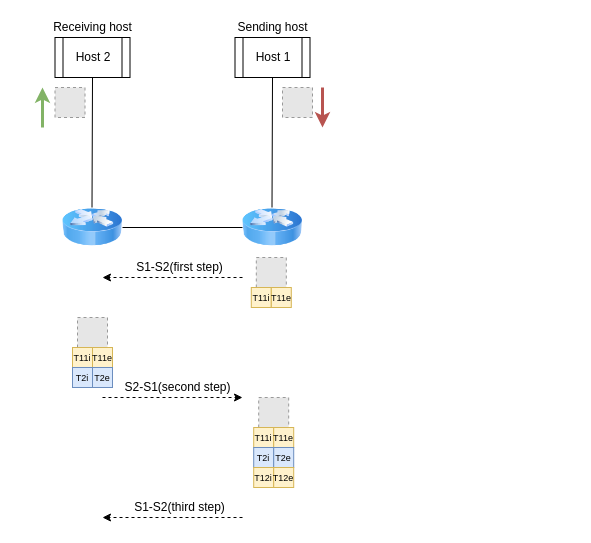
Earlier version of the draw.io diagram page "OWD alg final" (1 of 6) of misc/thesis.drawio (alsadiamir/p4Thesis2021). Source tidied: cells renumbered, new cells numbered last; positions are measured from the earlier drawing's top-left corner, leaving out a move shared by most shapes. Both pictures are drawn from the tidied source at 100%, with x=0, y=0 at pixel (42, 17). Pictures stored in the file or linked from it are replaced by grey dashed boxes.
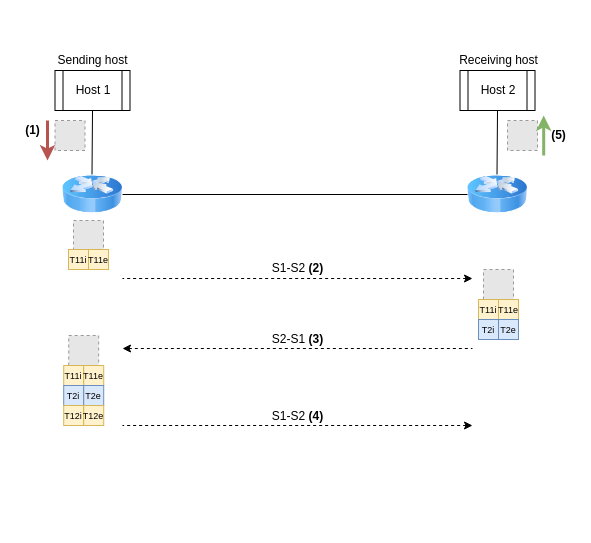
After the change.

Diff of the diagram source:
```diff
@@
     <mxCell id="2" style="image;html=1;image=img/lib/clip_art/networking/Router_Icon_128x128.png;" parent="1" vertex="1">
-      <mxGeometry x="20" y="180" width="60" height="60" as="geometry" />
+      <mxGeometry x="20" y="147" width="60" height="60" as="geometry" />
     </mxCell>
     <mxCell id="3" style="image;html=1;image=img/lib/clip_art/networking/Router_Icon_128x128.png;" parent="1" vertex="1">
-      <mxGeometry x="200" y="180" width="60" height="60" as="geometry" />
+      <mxGeometry x="425" y="147" width="60" height="60" as="geometry" />
     </mxCell>
-    <mxCell id="4" value="Host 1" style="shape=process;whiteSpace=wrap;html=1;backgroundOutline=1;" parent="1" vertex="1">
-      <mxGeometry x="192.5" y="20" width="75" height="40" as="geometry" />
+    <mxCell id="4" value="Host 2" style="shape=process;whiteSpace=wrap;html=1;backgroundOutline=1;" parent="1" vertex="1">
+      <mxGeometry x="417.5" y="53" width="75" height="40" as="geometry" />
     </mxCell>
-    <mxCell id="5" value="Host 2" style="shape=process;whiteSpace=wrap;html=1;backgroundOutline=1;" parent="1" vertex="1">
-      <mxGeometry x="12.5" y="20" width="75" height="40" as="geometry" />
+    <mxCell id="5" value="Host 1" style="shape=process;whiteSpace=wrap;html=1;backgroundOutline=1;" parent="1" vertex="1">
+      <mxGeometry x="12.5" y="53" width="75" height="40" as="geometry" />
     </mxCell>
     <mxCell id="6" style="endArrow=none;html=1;entryX=0.5;entryY=1;entryDx=0;entryDy=0;" parent="1" edge="1" target="4">
       <mxGeometry relative="1" as="geometry">
-        <mxPoint x="229.5" y="190" as="sourcePoint" />
+        <mxPoint x="454.5" y="157" as="sourcePoint" />
       </mxGeometry>
     </mxCell>
     <mxCell id="7" style="endArrow=none;html=1;entryX=0.5;entryY=1;entryDx=0;entryDy=0;" parent="1" edge="1" target="5">
       <mxGeometry relative="1" as="geometry">
-        <mxPoint x="49.5" y="190" as="sourcePoint" />
+        <mxPoint x="49.5" y="157" as="sourcePoint" />
       </mxGeometry>
     </mxCell>
@@
     <mxCell id="9" value="Receiving host" style="text;html=1;align=center;verticalAlign=middle;" parent="1" vertex="1">
-      <mxGeometry x="5" width="90" height="20" as="geometry" />
+      <mxGeometry x="411.2" y="33" width="90" height="20" as="geometry" />
     </mxCell>
-    <mxCell id="10" value="Sending host" style="text;html=1;align=center;verticalAlign=middle;" parent="1" vertex="1">
-      <mxGeometry x="185" width="90" height="20" as="geometry" />
-    </mxCell>
     <mxCell id="11" style="fillColor=#E6E6E6;strokeColor=#999999;dashed=1;html=1;verticalAlign=top;verticalLabelPosition=bottom;labelBackgroundColor=#ffffff;" parent="1" vertex="1">
-      <mxGeometry x="240" y="70" width="30" height="30" as="geometry" />
+      <mxGeometry x="465" y="103" width="30" height="30" as="geometry" />
     </mxCell>
     <mxCell id="12" style="fillColor=#E6E6E6;strokeColor=#999999;dashed=1;html=1;verticalAlign=top;verticalLabelPosition=bottom;labelBackgroundColor=#ffffff;" parent="1" vertex="1">
-      <mxGeometry x="213.8" y="240" width="30" height="30" as="geometry" />
+      <mxGeometry x="31" y="203" width="30" height="30" as="geometry" />
     </mxCell>
     <mxCell id="13" value="&lt;font style=&quot;font-size: 9px&quot;&gt;T11i&lt;/font&gt;" style="whiteSpace=wrap;html=1;fillColor=#fff2cc;strokeColor=#d6b656;" parent="1" vertex="1">
-      <mxGeometry x="208.8" y="270" width="20" height="20" as="geometry" />
+      <mxGeometry x="26" y="232" width="20" height="20" as="geometry" />
     </mxCell>
     <mxCell id="14" value="&lt;font style=&quot;font-size: 9px&quot;&gt;T11e&lt;/font&gt;" style="whiteSpace=wrap;html=1;fillColor=#fff2cc;strokeColor=#d6b656;" parent="1" vertex="1">
-      <mxGeometry x="228.8" y="270" width="20" height="20" as="geometry" />
+      <mxGeometry x="46" y="232" width="20" height="20" as="geometry" />
     </mxCell>
     <mxCell id="15" style="fillColor=#E6E6E6;strokeColor=#999999;dashed=1;html=1;verticalAlign=top;verticalLabelPosition=bottom;labelBackgroundColor=#ffffff;" parent="1" vertex="1">
-      <mxGeometry x="35" y="300" width="30" height="30" as="geometry" />
+      <mxGeometry x="441" y="252" width="30" height="30" as="geometry" />
     </mxCell>
     <mxCell id="16" value="&lt;font style=&quot;font-size: 9px&quot;&gt;T11i&lt;/font&gt;" style="whiteSpace=wrap;html=1;fillColor=#fff2cc;strokeColor=#d6b656;" parent="1" vertex="1">
-      <mxGeometry x="30" y="330" width="20" height="20" as="geometry" />
+      <mxGeometry x="436" y="282" width="20" height="20" as="geometry" />
     </mxCell>
     <mxCell id="17" value="&lt;font style=&quot;font-size: 9px&quot;&gt;T11e&lt;/font&gt;" style="whiteSpace=wrap;html=1;fillColor=#fff2cc;strokeColor=#d6b656;" parent="1" vertex="1">
-      <mxGeometry x="50" y="330" width="20" height="20" as="geometry" />
+      <mxGeometry x="456" y="282" width="20" height="20" as="geometry" />
     </mxCell>
     <mxCell id="18" value="&lt;font style=&quot;font-size: 9px&quot;&gt;T2i&lt;/font&gt;" style="whiteSpace=wrap;html=1;fillColor=#dae8fc;strokeColor=#6c8ebf;" parent="1" vertex="1">
-      <mxGeometry x="30" y="350" width="20" height="20" as="geometry" />
+      <mxGeometry x="436" y="302" width="20" height="20" as="geometry" />
     </mxCell>
     <mxCell id="19" value="&lt;font style=&quot;font-size: 9px&quot;&gt;T2e&lt;/font&gt;" style="whiteSpace=wrap;html=1;fillColor=#dae8fc;strokeColor=#6c8ebf;" parent="1" vertex="1">
-      <mxGeometry x="50" y="350" width="20" height="20" as="geometry" />
+      <mxGeometry x="456" y="302" width="20" height="20" as="geometry" />
     </mxCell>
     <mxCell id="20" style="fillColor=#E6E6E6;strokeColor=#999999;dashed=1;html=1;verticalAlign=top;verticalLabelPosition=bottom;labelBackgroundColor=#ffffff;" parent="1" vertex="1">
-      <mxGeometry x="216.2" y="380" width="30" height="30" as="geometry" />
+      <mxGeometry x="26.2" y="318" width="30" height="30" as="geometry" />
     </mxCell>
     <mxCell id="21" value="&lt;font style=&quot;font-size: 9px&quot;&gt;T11i&lt;/font&gt;" style="whiteSpace=wrap;html=1;fillColor=#fff2cc;strokeColor=#d6b656;" parent="1" vertex="1">
-      <mxGeometry x="211.2" y="410" width="20" height="20" as="geometry" />
+      <mxGeometry x="21.2" y="348" width="20" height="20" as="geometry" />
     </mxCell>
     <mxCell id="22" value="&lt;font style=&quot;font-size: 9px&quot;&gt;T11e&lt;/font&gt;" style="whiteSpace=wrap;html=1;fillColor=#fff2cc;strokeColor=#d6b656;" parent="1" vertex="1">
-      <mxGeometry x="231.2" y="410" width="20" height="20" as="geometry" />
+      <mxGeometry x="41.2" y="348" width="20" height="20" as="geometry" />
     </mxCell>
     <mxCell id="23" value="&lt;font style=&quot;font-size: 9px&quot;&gt;T2i&lt;/font&gt;" style="whiteSpace=wrap;html=1;fillColor=#dae8fc;strokeColor=#6c8ebf;" parent="1" vertex="1">
-      <mxGeometry x="211.2" y="430" width="20" height="20" as="geometry" />
+      <mxGeometry x="21.2" y="368" width="20" height="20" as="geometry" />
     </mxCell>
     <mxCell id="24" value="&lt;font style=&quot;font-size: 9px&quot;&gt;T2e&lt;/font&gt;" style="whiteSpace=wrap;html=1;fillColor=#dae8fc;strokeColor=#6c8ebf;" parent="1" vertex="1">
-      <mxGeometry x="231.2" y="430" width="20" height="20" as="geometry" />
+      <mxGeometry x="41.2" y="368" width="20" height="20" as="geometry" />
     </mxCell>
     <mxCell id="25" value="&lt;font style=&quot;font-size: 9px&quot;&gt;T12i&lt;/font&gt;" style="whiteSpace=wrap;html=1;fillColor=#fff2cc;strokeColor=#d6b656;" parent="1" vertex="1">
-      <mxGeometry x="211.2" y="450" width="20" height="20" as="geometry" />
+      <mxGeometry x="21.2" y="388" width="20" height="20" as="geometry" />
     </mxCell>
     <mxCell id="26" value="&lt;font style=&quot;font-size: 9px&quot;&gt;T12e&lt;/font&gt;" style="whiteSpace=wrap;html=1;fillColor=#fff2cc;strokeColor=#d6b656;" parent="1" vertex="1">
-      <mxGeometry x="231.2" y="450" width="20" height="20" as="geometry" />
+      <mxGeometry x="41.2" y="388" width="20" height="20" as="geometry" />
     </mxCell>
-    <mxCell id="27" style="endArrow=classic;html=1;dashed=1;" parent="1" edge="1">
+    <mxCell id="27" style="endArrow=none;html=1;dashed=1;startArrow=classic;startFill=1;endFill=0;" parent="1" edge="1">
       <mxGeometry relative="1" as="geometry">
-        <mxPoint x="200" y="260" as="sourcePoint" />
-        <mxPoint x="60" y="260" as="targetPoint" />
+        <mxPoint x="430" y="261" as="sourcePoint" />
+        <mxPoint x="80" y="261" as="targetPoint" />
       </mxGeometry>
     </mxCell>
-    <mxCell id="28" style="endArrow=classic;html=1;dashed=1;" parent="1" edge="1">
+    <mxCell id="28" style="endArrow=none;html=1;dashed=1;startArrow=classic;startFill=1;endFill=0;" parent="1" edge="1">
       <mxGeometry relative="1" as="geometry">
-        <mxPoint x="60" y="380" as="sourcePoint" />
-        <mxPoint x="200" y="380" as="targetPoint" />
+        <mxPoint x="80" y="331" as="sourcePoint" />
+        <mxPoint x="430" y="331" as="targetPoint" />
       </mxGeometry>
     </mxCell>
-    <mxCell id="29" style="endArrow=classic;html=1;dashed=1;" parent="1" edge="1">
+    <mxCell id="29" style="endArrow=none;html=1;dashed=1;startArrow=classic;startFill=1;endFill=0;" parent="1" edge="1">
       <mxGeometry relative="1" as="geometry">
-        <mxPoint x="200" y="500" as="sourcePoint" />
-        <mxPoint x="60" y="500" as="targetPoint" />
+        <mxPoint x="430" y="408" as="sourcePoint" />
+        <mxPoint x="80" y="408" as="targetPoint" />
       </mxGeometry>
     </mxCell>
     <mxCell id="30" style="fillColor=#E6E6E6;strokeColor=#999999;dashed=1;html=1;verticalAlign=top;verticalLabelPosition=bottom;labelBackgroundColor=#ffffff;" parent="1" vertex="1">
-      <mxGeometry x="12.5" y="70" width="30" height="30" as="geometry" />
+      <mxGeometry x="12.5" y="103" width="30" height="30" as="geometry" />
     </mxCell>
     <mxCell id="31" style="endArrow=classic;html=1;strokeWidth=3;fillColor=#d5e8d4;strokeColor=#82b366;" parent="1" edge="1">
       <mxGeometry relative="1" as="geometry">
-        <mxPoint y="110" as="sourcePoint" />
-        <mxPoint y="70" as="targetPoint" />
+        <mxPoint x="501.2" y="138" as="sourcePoint" />
+        <mxPoint x="501.2" y="98" as="targetPoint" />
       </mxGeometry>
     </mxCell>
     <mxCell id="32" style="endArrow=classic;html=1;strokeWidth=3;fillColor=#f8cecc;strokeColor=#b85450;" parent="1" edge="1">
       <mxGeometry relative="1" as="geometry">
-        <mxPoint x="280" y="70" as="sourcePoint" />
-        <mxPoint x="280" y="110" as="targetPoint" />
+        <mxPoint x="5" y="103" as="sourcePoint" />
+        <mxPoint x="5" y="143" as="targetPoint" />
       </mxGeometry>
     </mxCell>
-    <mxCell id="33" value="S1-S2(first step)" style="text;html=1;align=center;verticalAlign=middle;" parent="1" vertex="1">
-      <mxGeometry x="87" y="240" width="100" height="20" as="geometry" />
+    <mxCell id="33" value="S1-S2&amp;nbsp;&lt;b&gt;(2)&lt;/b&gt;" style="text;html=1;align=center;verticalAlign=middle;" parent="1" vertex="1">
+      <mxGeometry x="220" y="241" width="70" height="20" as="geometry" />
     </mxCell>
-    <mxCell id="34" value="S2-S1(second step)" style="text;html=1;align=center;verticalAlign=middle;" parent="1" vertex="1">
-      <mxGeometry x="75" y="360" width="120" height="20" as="geometry" />
+    <mxCell id="34" value="S2-S1&amp;nbsp;&lt;b&gt;(3)&lt;/b&gt;" style="text;html=1;align=center;verticalAlign=middle;" parent="1" vertex="1">
+      <mxGeometry x="220" y="312" width="70" height="20" as="geometry" />
     </mxCell>
-    <mxCell id="35" value="S1-S2(third step)" style="text;html=1;align=center;verticalAlign=middle;" parent="1" vertex="1">
-      <mxGeometry x="82" y="480" width="110" height="20" as="geometry" />
+    <mxCell id="35" value="S1-S2&amp;nbsp;&lt;b&gt;(4)&lt;/b&gt;" style="text;html=1;align=center;verticalAlign=middle;" parent="1" vertex="1">
+      <mxGeometry x="220" y="389" width="70" height="20" as="geometry" />
     </mxCell>
+    <mxCell id="36" value="&lt;b&gt;(1)&lt;/b&gt;" style="text;html=1;align=center;verticalAlign=middle;strokeColor=none;fillColor=none;" parent="1" vertex="1">
+      <mxGeometry x="-25" y="103" width="30" height="20" as="geometry" />
+    </mxCell>
+    <mxCell id="37" value="&lt;b&gt;(5)&lt;/b&gt;" style="text;html=1;align=center;verticalAlign=middle;strokeColor=none;fillColor=none;" parent="1" vertex="1">
+      <mxGeometry x="501.2" y="108" width="30" height="20" as="geometry" />
+    </mxCell>
+    <mxCell id="10" value="Sending host" style="text;html=1;align=center;verticalAlign=middle;" parent="1" vertex="1">
+      <mxGeometry x="5" y="33" width="90" height="20" as="geometry" />
+    </mxCell>
```
